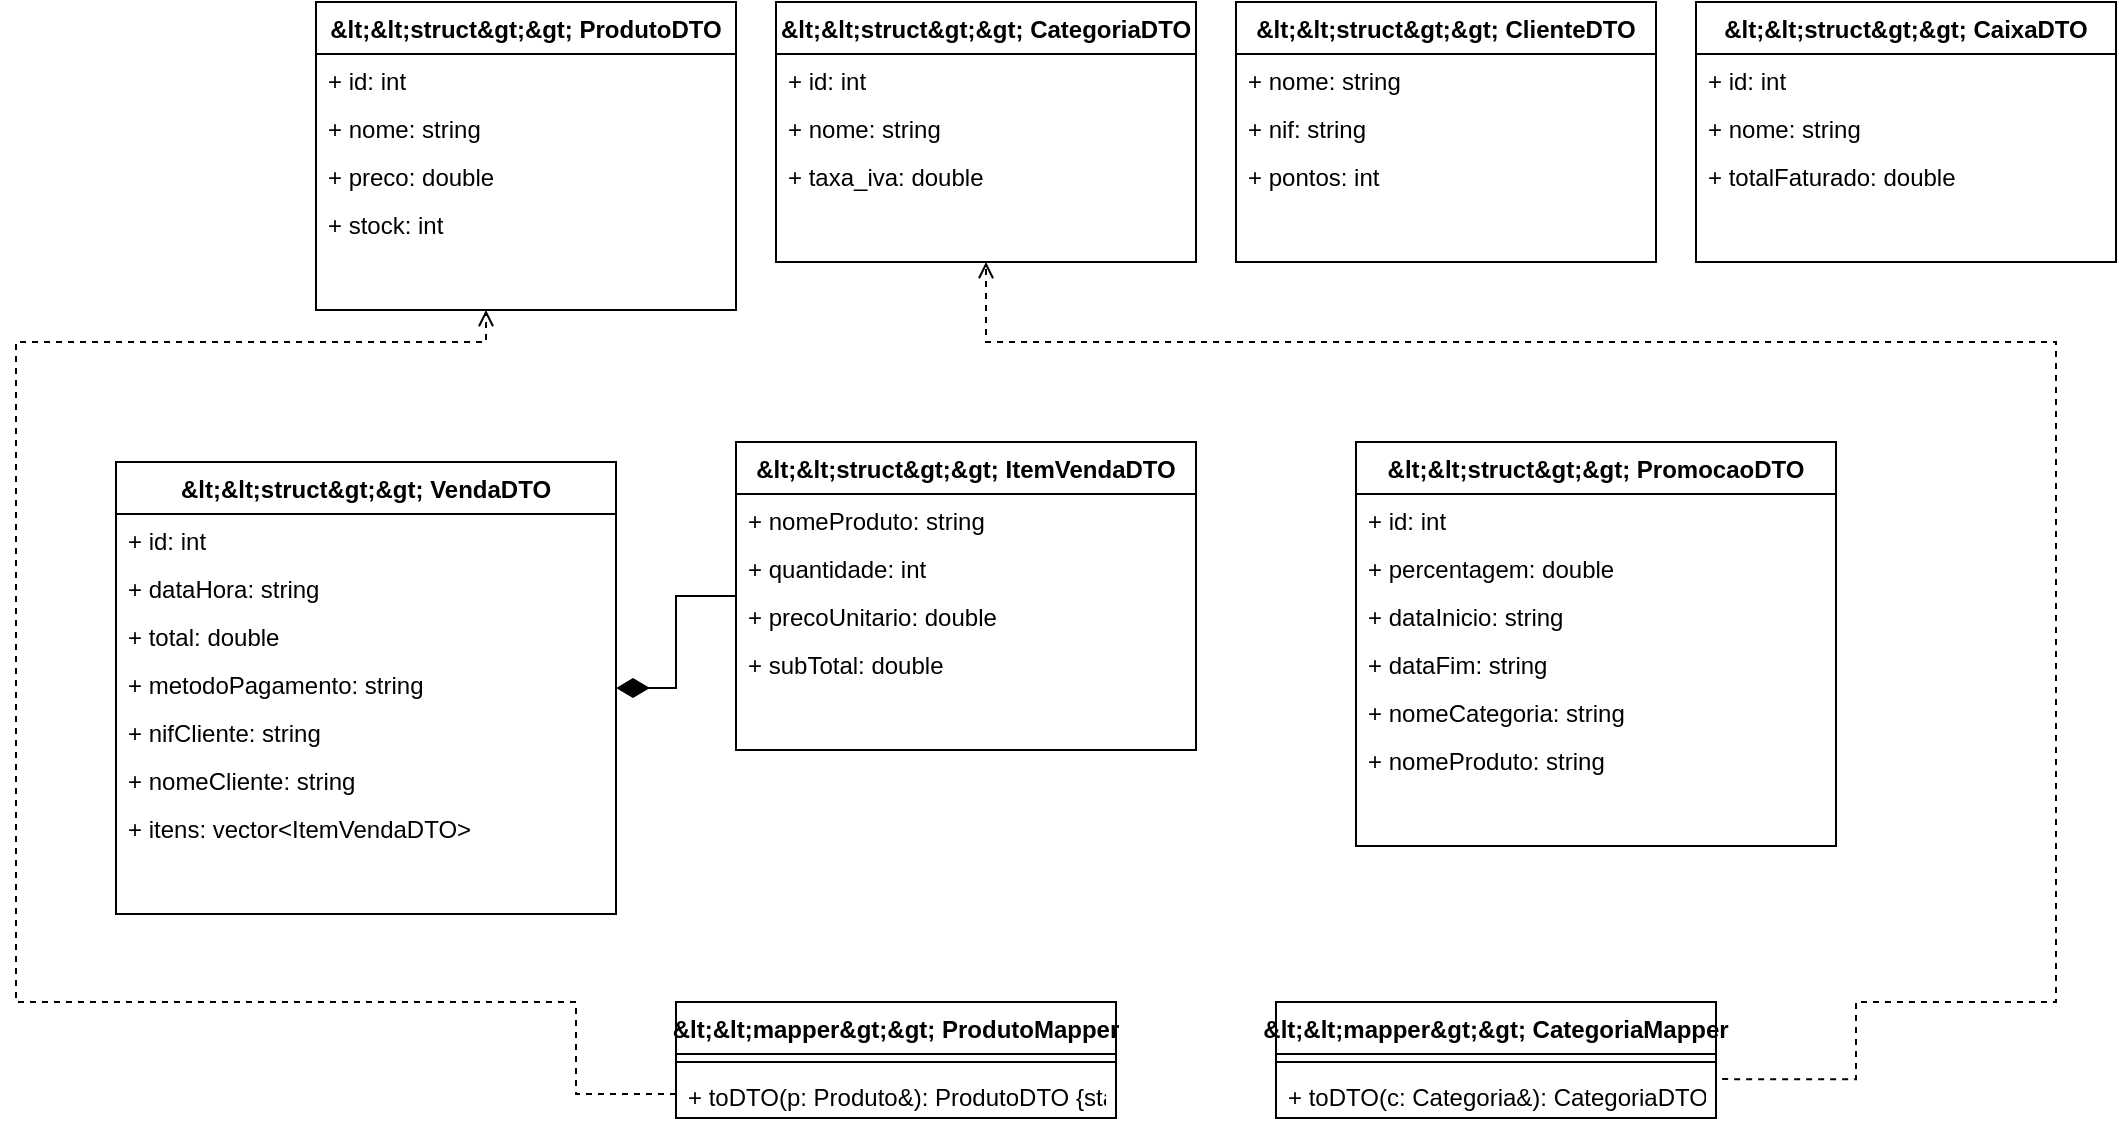
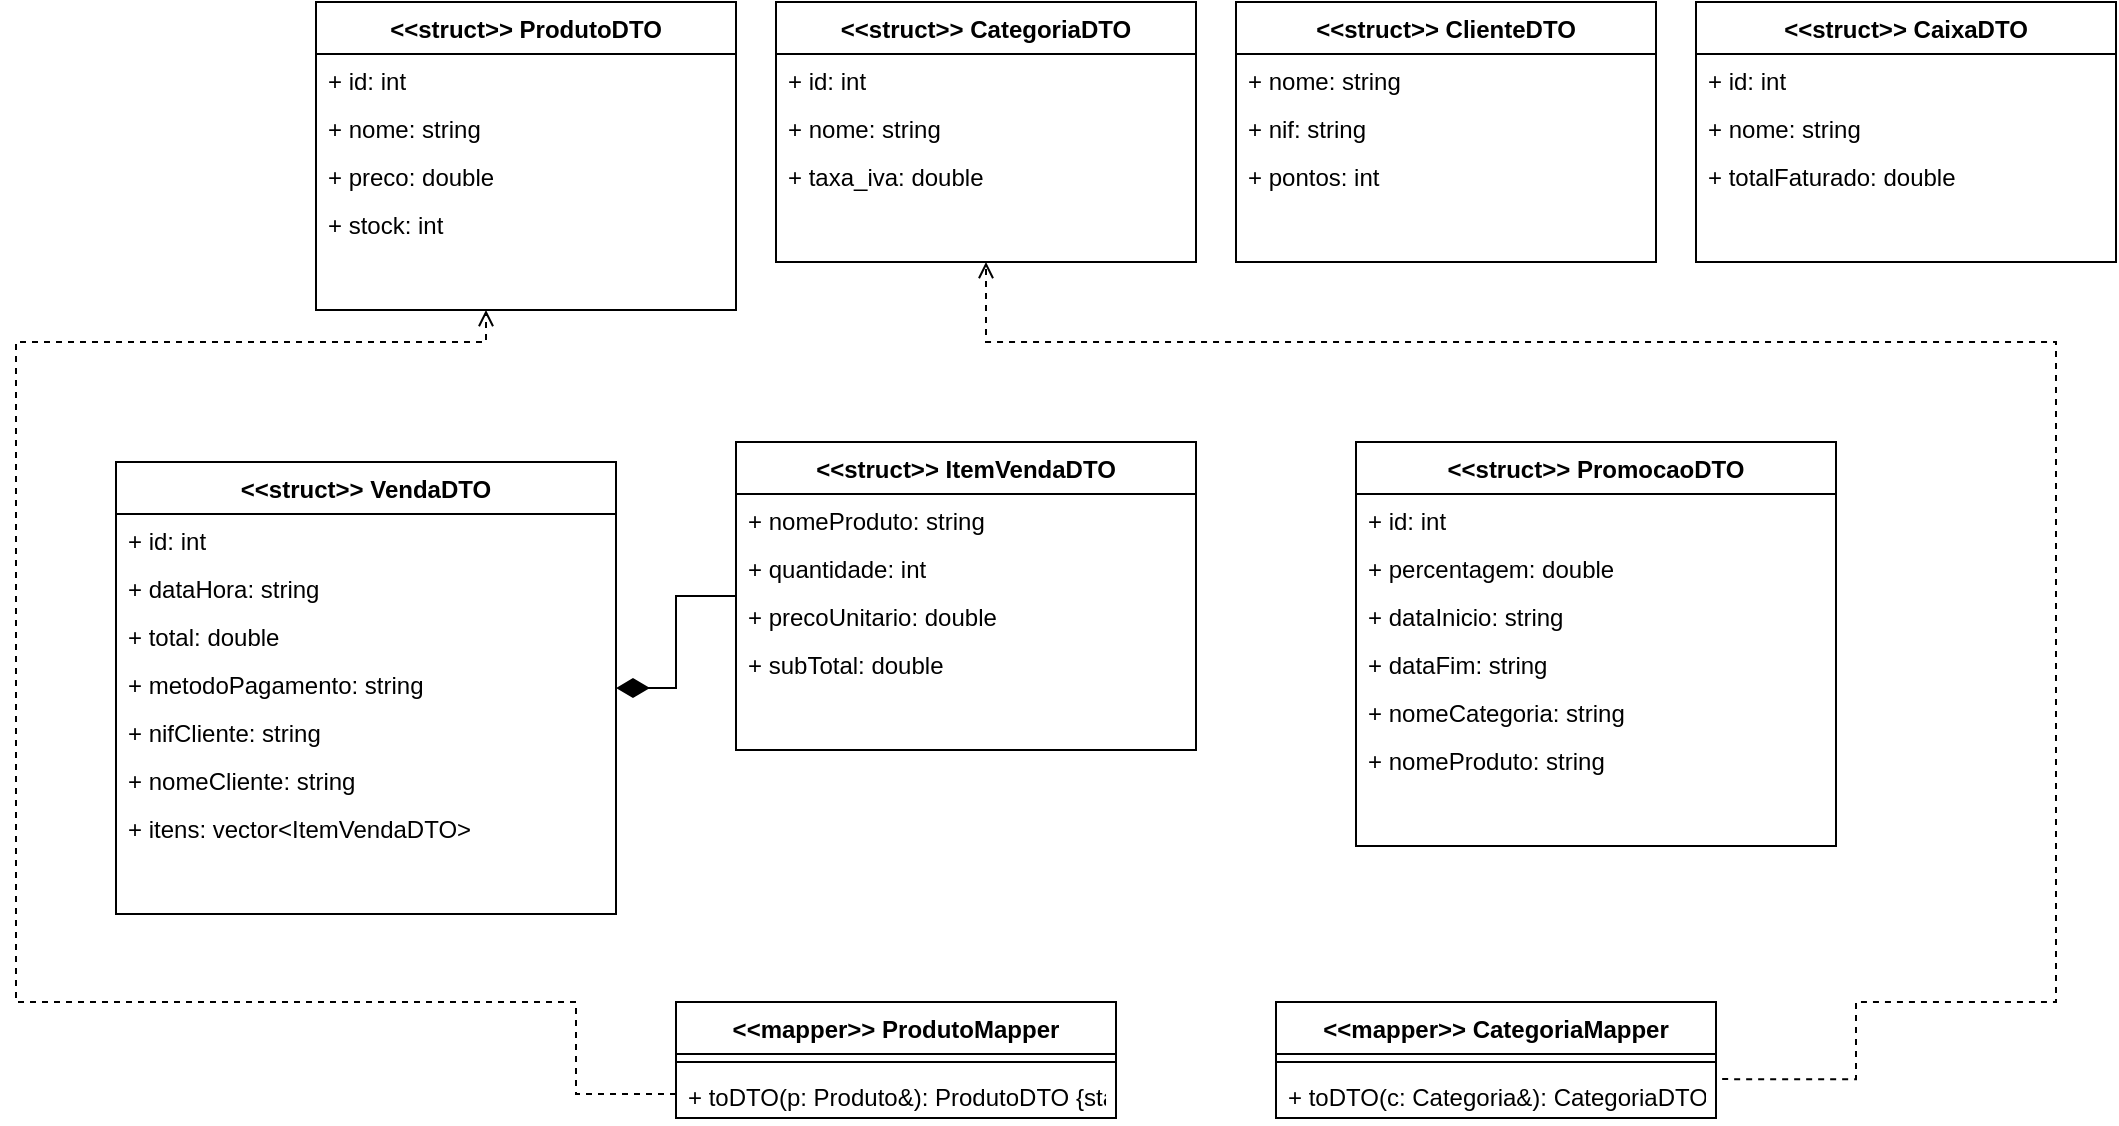
<?xml version='1.0' encoding='utf-8'?>
<mxfile host="app.diagrams.net">
  <diagram id="DTOsMappersDCD" name="DTOs and Mappers Class Diagram">
    <mxGraphModel dx="2364" dy="771" grid="1" gridSize="10" guides="1" tooltips="1" connect="1" arrows="1" fold="1" page="1" pageScale="1" pageWidth="950" pageHeight="620" math="0" shadow="0">
      <root>
        <mxCell id="0" />
        <mxCell id="1" parent="0" />
-         <mxCell id="cls_produto_dto" parent="1" style="swimlane;fontStyle=1;align=center;verticalAlign=top;childLayout=stackLayout;horizontal=1;startSize=26;horizontalStack=0;resizeParent=1;resizeLast=0;collapsible=1;marginBottom=0;rounded=0;shadow=0;strokeWidth=1;" value="&amp;lt;&amp;lt;struct&amp;gt;&amp;gt; ProdutoDTO" vertex="1">
+         <mxCell id="cls_produto_dto" parent="1" style="swimlane;fontStyle=1;align=center;verticalAlign=top;childLayout=stackLayout;horizontal=1;startSize=26;horizontalStack=0;resizeParent=1;resizeLast=0;collapsible=1;marginBottom=0;rounded=0;shadow=0;strokeWidth=1;" value="&lt;&lt;struct&gt;&gt; ProdutoDTO" vertex="1">
          <mxGeometry height="154" width="210" x="20" y="20" as="geometry" />
        </mxCell>
        <mxCell id="cls_produto_dto_a_0" parent="cls_produto_dto" style="text;align=left;verticalAlign=top;spacingLeft=4;spacingRight=4;overflow=hidden;rotatable=0;points=[[0,0.5],[1,0.5]];portConstraint=eastwest;rounded=0;shadow=0;html=0;" value="+ id: int" vertex="1">
          <mxGeometry height="24" width="210" y="26" as="geometry" />
        </mxCell>
        <mxCell id="cls_produto_dto_a_1" parent="cls_produto_dto" style="text;align=left;verticalAlign=top;spacingLeft=4;spacingRight=4;overflow=hidden;rotatable=0;points=[[0,0.5],[1,0.5]];portConstraint=eastwest;rounded=0;shadow=0;html=0;" value="+ nome: string" vertex="1">
          <mxGeometry height="24" width="210" y="50" as="geometry" />
        </mxCell>
        <mxCell id="cls_produto_dto_a_2" parent="cls_produto_dto" style="text;align=left;verticalAlign=top;spacingLeft=4;spacingRight=4;overflow=hidden;rotatable=0;points=[[0,0.5],[1,0.5]];portConstraint=eastwest;rounded=0;shadow=0;html=0;" value="+ preco: double" vertex="1">
          <mxGeometry height="24" width="210" y="74" as="geometry" />
        </mxCell>
        <mxCell id="cls_produto_dto_a_3" parent="cls_produto_dto" style="text;align=left;verticalAlign=top;spacingLeft=4;spacingRight=4;overflow=hidden;rotatable=0;points=[[0,0.5],[1,0.5]];portConstraint=eastwest;rounded=0;shadow=0;html=0;" value="+ stock: int" vertex="1">
          <mxGeometry height="24" width="210" y="98" as="geometry" />
        </mxCell>
-         <mxCell id="cls_categoria_dto" parent="1" style="swimlane;fontStyle=1;align=center;verticalAlign=top;childLayout=stackLayout;horizontal=1;startSize=26;horizontalStack=0;resizeParent=1;resizeLast=0;collapsible=1;marginBottom=0;rounded=0;shadow=0;strokeWidth=1;" value="&amp;lt;&amp;lt;struct&amp;gt;&amp;gt; CategoriaDTO" vertex="1">
+         <mxCell id="cls_categoria_dto" parent="1" style="swimlane;fontStyle=1;align=center;verticalAlign=top;childLayout=stackLayout;horizontal=1;startSize=26;horizontalStack=0;resizeParent=1;resizeLast=0;collapsible=1;marginBottom=0;rounded=0;shadow=0;strokeWidth=1;" value="&lt;&lt;struct&gt;&gt; CategoriaDTO" vertex="1">
          <mxGeometry height="130" width="210" x="250" y="20" as="geometry" />
        </mxCell>
        <mxCell id="cls_categoria_dto_a_0" parent="cls_categoria_dto" style="text;align=left;verticalAlign=top;spacingLeft=4;spacingRight=4;overflow=hidden;rotatable=0;points=[[0,0.5],[1,0.5]];portConstraint=eastwest;rounded=0;shadow=0;html=0;" value="+ id: int" vertex="1">
          <mxGeometry height="24" width="210" y="26" as="geometry" />
        </mxCell>
        <mxCell id="cls_categoria_dto_a_1" parent="cls_categoria_dto" style="text;align=left;verticalAlign=top;spacingLeft=4;spacingRight=4;overflow=hidden;rotatable=0;points=[[0,0.5],[1,0.5]];portConstraint=eastwest;rounded=0;shadow=0;html=0;" value="+ nome: string" vertex="1">
          <mxGeometry height="24" width="210" y="50" as="geometry" />
        </mxCell>
        <mxCell id="cls_categoria_dto_a_2" parent="cls_categoria_dto" style="text;align=left;verticalAlign=top;spacingLeft=4;spacingRight=4;overflow=hidden;rotatable=0;points=[[0,0.5],[1,0.5]];portConstraint=eastwest;rounded=0;shadow=0;html=0;" value="+ taxa_iva: double" vertex="1">
          <mxGeometry height="24" width="210" y="74" as="geometry" />
        </mxCell>
-         <mxCell id="cls_cliente_dto" parent="1" style="swimlane;fontStyle=1;align=center;verticalAlign=top;childLayout=stackLayout;horizontal=1;startSize=26;horizontalStack=0;resizeParent=1;resizeLast=0;collapsible=1;marginBottom=0;rounded=0;shadow=0;strokeWidth=1;" value="&amp;lt;&amp;lt;struct&amp;gt;&amp;gt; ClienteDTO" vertex="1">
+         <mxCell id="cls_cliente_dto" parent="1" style="swimlane;fontStyle=1;align=center;verticalAlign=top;childLayout=stackLayout;horizontal=1;startSize=26;horizontalStack=0;resizeParent=1;resizeLast=0;collapsible=1;marginBottom=0;rounded=0;shadow=0;strokeWidth=1;" value="&lt;&lt;struct&gt;&gt; ClienteDTO" vertex="1">
          <mxGeometry height="130" width="210" x="480" y="20" as="geometry" />
        </mxCell>
        <mxCell id="cls_cliente_dto_a_0" parent="cls_cliente_dto" style="text;align=left;verticalAlign=top;spacingLeft=4;spacingRight=4;overflow=hidden;rotatable=0;points=[[0,0.5],[1,0.5]];portConstraint=eastwest;rounded=0;shadow=0;html=0;" value="+ nome: string" vertex="1">
          <mxGeometry height="24" width="210" y="26" as="geometry" />
        </mxCell>
        <mxCell id="cls_cliente_dto_a_1" parent="cls_cliente_dto" style="text;align=left;verticalAlign=top;spacingLeft=4;spacingRight=4;overflow=hidden;rotatable=0;points=[[0,0.5],[1,0.5]];portConstraint=eastwest;rounded=0;shadow=0;html=0;" value="+ nif: string" vertex="1">
          <mxGeometry height="24" width="210" y="50" as="geometry" />
        </mxCell>
        <mxCell id="cls_cliente_dto_a_2" parent="cls_cliente_dto" style="text;align=left;verticalAlign=top;spacingLeft=4;spacingRight=4;overflow=hidden;rotatable=0;points=[[0,0.5],[1,0.5]];portConstraint=eastwest;rounded=0;shadow=0;html=0;" value="+ pontos: int" vertex="1">
          <mxGeometry height="24" width="210" y="74" as="geometry" />
        </mxCell>
-         <mxCell id="cls_caixa_dto" parent="1" style="swimlane;fontStyle=1;align=center;verticalAlign=top;childLayout=stackLayout;horizontal=1;startSize=26;horizontalStack=0;resizeParent=1;resizeLast=0;collapsible=1;marginBottom=0;rounded=0;shadow=0;strokeWidth=1;" value="&amp;lt;&amp;lt;struct&amp;gt;&amp;gt; CaixaDTO" vertex="1">
+         <mxCell id="cls_caixa_dto" parent="1" style="swimlane;fontStyle=1;align=center;verticalAlign=top;childLayout=stackLayout;horizontal=1;startSize=26;horizontalStack=0;resizeParent=1;resizeLast=0;collapsible=1;marginBottom=0;rounded=0;shadow=0;strokeWidth=1;" value="&lt;&lt;struct&gt;&gt; CaixaDTO" vertex="1">
          <mxGeometry height="130" width="210" x="710" y="20" as="geometry" />
        </mxCell>
        <mxCell id="cls_caixa_dto_a_0" parent="cls_caixa_dto" style="text;align=left;verticalAlign=top;spacingLeft=4;spacingRight=4;overflow=hidden;rotatable=0;points=[[0,0.5],[1,0.5]];portConstraint=eastwest;rounded=0;shadow=0;html=0;" value="+ id: int" vertex="1">
          <mxGeometry height="24" width="210" y="26" as="geometry" />
        </mxCell>
        <mxCell id="cls_caixa_dto_a_1" parent="cls_caixa_dto" style="text;align=left;verticalAlign=top;spacingLeft=4;spacingRight=4;overflow=hidden;rotatable=0;points=[[0,0.5],[1,0.5]];portConstraint=eastwest;rounded=0;shadow=0;html=0;" value="+ nome: string" vertex="1">
          <mxGeometry height="24" width="210" y="50" as="geometry" />
        </mxCell>
        <mxCell id="cls_caixa_dto_a_2" parent="cls_caixa_dto" style="text;align=left;verticalAlign=top;spacingLeft=4;spacingRight=4;overflow=hidden;rotatable=0;points=[[0,0.5],[1,0.5]];portConstraint=eastwest;rounded=0;shadow=0;html=0;" value="+ totalFaturado: double" vertex="1">
          <mxGeometry height="24" width="210" y="74" as="geometry" />
        </mxCell>
-         <mxCell id="cls_venda_dto" parent="1" style="swimlane;fontStyle=1;align=center;verticalAlign=top;childLayout=stackLayout;horizontal=1;startSize=26;horizontalStack=0;resizeParent=1;resizeLast=0;collapsible=1;marginBottom=0;rounded=0;shadow=0;strokeWidth=1;" value="&amp;lt;&amp;lt;struct&amp;gt;&amp;gt; VendaDTO" vertex="1">
+         <mxCell id="cls_venda_dto" parent="1" style="swimlane;fontStyle=1;align=center;verticalAlign=top;childLayout=stackLayout;horizontal=1;startSize=26;horizontalStack=0;resizeParent=1;resizeLast=0;collapsible=1;marginBottom=0;rounded=0;shadow=0;strokeWidth=1;" value="&lt;&lt;struct&gt;&gt; VendaDTO" vertex="1">
          <mxGeometry height="226" width="250" x="-80" y="250" as="geometry" />
        </mxCell>
        <mxCell id="cls_venda_dto_a_0" parent="cls_venda_dto" style="text;align=left;verticalAlign=top;spacingLeft=4;spacingRight=4;overflow=hidden;rotatable=0;points=[[0,0.5],[1,0.5]];portConstraint=eastwest;rounded=0;shadow=0;html=0;" value="+ id: int" vertex="1">
          <mxGeometry height="24" width="250" y="26" as="geometry" />
        </mxCell>
        <mxCell id="cls_venda_dto_a_1" parent="cls_venda_dto" style="text;align=left;verticalAlign=top;spacingLeft=4;spacingRight=4;overflow=hidden;rotatable=0;points=[[0,0.5],[1,0.5]];portConstraint=eastwest;rounded=0;shadow=0;html=0;" value="+ dataHora: string" vertex="1">
          <mxGeometry height="24" width="250" y="50" as="geometry" />
        </mxCell>
        <mxCell id="cls_venda_dto_a_2" parent="cls_venda_dto" style="text;align=left;verticalAlign=top;spacingLeft=4;spacingRight=4;overflow=hidden;rotatable=0;points=[[0,0.5],[1,0.5]];portConstraint=eastwest;rounded=0;shadow=0;html=0;" value="+ total: double" vertex="1">
          <mxGeometry height="24" width="250" y="74" as="geometry" />
        </mxCell>
        <mxCell id="cls_venda_dto_a_3" parent="cls_venda_dto" style="text;align=left;verticalAlign=top;spacingLeft=4;spacingRight=4;overflow=hidden;rotatable=0;points=[[0,0.5],[1,0.5]];portConstraint=eastwest;rounded=0;shadow=0;html=0;" value="+ metodoPagamento: string" vertex="1">
          <mxGeometry height="24" width="250" y="98" as="geometry" />
        </mxCell>
        <mxCell id="cls_venda_dto_a_4" parent="cls_venda_dto" style="text;align=left;verticalAlign=top;spacingLeft=4;spacingRight=4;overflow=hidden;rotatable=0;points=[[0,0.5],[1,0.5]];portConstraint=eastwest;rounded=0;shadow=0;html=0;" value="+ nifCliente: string" vertex="1">
          <mxGeometry height="24" width="250" y="122" as="geometry" />
        </mxCell>
        <mxCell id="cls_venda_dto_a_5" parent="cls_venda_dto" style="text;align=left;verticalAlign=top;spacingLeft=4;spacingRight=4;overflow=hidden;rotatable=0;points=[[0,0.5],[1,0.5]];portConstraint=eastwest;rounded=0;shadow=0;html=0;" value="+ nomeCliente: string" vertex="1">
          <mxGeometry height="24" width="250" y="146" as="geometry" />
        </mxCell>
        <mxCell id="cls_venda_dto_a_6" parent="cls_venda_dto" style="text;align=left;verticalAlign=top;spacingLeft=4;spacingRight=4;overflow=hidden;rotatable=0;points=[[0,0.5],[1,0.5]];portConstraint=eastwest;rounded=0;shadow=0;html=0;" value="+ itens: vector&lt;ItemVendaDTO&gt;" vertex="1">
          <mxGeometry height="24" width="250" y="170" as="geometry" />
        </mxCell>
-         <mxCell id="cls_itemvenda_dto" parent="1" style="swimlane;fontStyle=1;align=center;verticalAlign=top;childLayout=stackLayout;horizontal=1;startSize=26;horizontalStack=0;resizeParent=1;resizeLast=0;collapsible=1;marginBottom=0;rounded=0;shadow=0;strokeWidth=1;" value="&amp;lt;&amp;lt;struct&amp;gt;&amp;gt; ItemVendaDTO" vertex="1">
+         <mxCell id="cls_itemvenda_dto" parent="1" style="swimlane;fontStyle=1;align=center;verticalAlign=top;childLayout=stackLayout;horizontal=1;startSize=26;horizontalStack=0;resizeParent=1;resizeLast=0;collapsible=1;marginBottom=0;rounded=0;shadow=0;strokeWidth=1;" value="&lt;&lt;struct&gt;&gt; ItemVendaDTO" vertex="1">
          <mxGeometry height="154" width="230" x="230" y="240" as="geometry" />
        </mxCell>
        <mxCell id="cls_itemvenda_dto_a_0" parent="cls_itemvenda_dto" style="text;align=left;verticalAlign=top;spacingLeft=4;spacingRight=4;overflow=hidden;rotatable=0;points=[[0,0.5],[1,0.5]];portConstraint=eastwest;rounded=0;shadow=0;html=0;" value="+ nomeProduto: string" vertex="1">
          <mxGeometry height="24" width="230" y="26" as="geometry" />
        </mxCell>
        <mxCell id="cls_itemvenda_dto_a_1" parent="cls_itemvenda_dto" style="text;align=left;verticalAlign=top;spacingLeft=4;spacingRight=4;overflow=hidden;rotatable=0;points=[[0,0.5],[1,0.5]];portConstraint=eastwest;rounded=0;shadow=0;html=0;" value="+ quantidade: int" vertex="1">
          <mxGeometry height="24" width="230" y="50" as="geometry" />
        </mxCell>
        <mxCell id="cls_itemvenda_dto_a_2" parent="cls_itemvenda_dto" style="text;align=left;verticalAlign=top;spacingLeft=4;spacingRight=4;overflow=hidden;rotatable=0;points=[[0,0.5],[1,0.5]];portConstraint=eastwest;rounded=0;shadow=0;html=0;" value="+ precoUnitario: double" vertex="1">
          <mxGeometry height="24" width="230" y="74" as="geometry" />
        </mxCell>
        <mxCell id="cls_itemvenda_dto_a_3" parent="cls_itemvenda_dto" style="text;align=left;verticalAlign=top;spacingLeft=4;spacingRight=4;overflow=hidden;rotatable=0;points=[[0,0.5],[1,0.5]];portConstraint=eastwest;rounded=0;shadow=0;html=0;" value="+ subTotal: double" vertex="1">
          <mxGeometry height="24" width="230" y="98" as="geometry" />
        </mxCell>
-         <mxCell id="cls_promocao_dto" parent="1" style="swimlane;fontStyle=1;align=center;verticalAlign=top;childLayout=stackLayout;horizontal=1;startSize=26;horizontalStack=0;resizeParent=1;resizeLast=0;collapsible=1;marginBottom=0;rounded=0;shadow=0;strokeWidth=1;" value="&amp;lt;&amp;lt;struct&amp;gt;&amp;gt; PromocaoDTO" vertex="1">
+         <mxCell id="cls_promocao_dto" parent="1" style="swimlane;fontStyle=1;align=center;verticalAlign=top;childLayout=stackLayout;horizontal=1;startSize=26;horizontalStack=0;resizeParent=1;resizeLast=0;collapsible=1;marginBottom=0;rounded=0;shadow=0;strokeWidth=1;" value="&lt;&lt;struct&gt;&gt; PromocaoDTO" vertex="1">
          <mxGeometry height="202" width="240" x="540" y="240" as="geometry" />
        </mxCell>
        <mxCell id="cls_promocao_dto_a_0" parent="cls_promocao_dto" style="text;align=left;verticalAlign=top;spacingLeft=4;spacingRight=4;overflow=hidden;rotatable=0;points=[[0,0.5],[1,0.5]];portConstraint=eastwest;rounded=0;shadow=0;html=0;" value="+ id: int" vertex="1">
          <mxGeometry height="24" width="240" y="26" as="geometry" />
        </mxCell>
        <mxCell id="cls_promocao_dto_a_1" parent="cls_promocao_dto" style="text;align=left;verticalAlign=top;spacingLeft=4;spacingRight=4;overflow=hidden;rotatable=0;points=[[0,0.5],[1,0.5]];portConstraint=eastwest;rounded=0;shadow=0;html=0;" value="+ percentagem: double" vertex="1">
          <mxGeometry height="24" width="240" y="50" as="geometry" />
        </mxCell>
        <mxCell id="cls_promocao_dto_a_2" parent="cls_promocao_dto" style="text;align=left;verticalAlign=top;spacingLeft=4;spacingRight=4;overflow=hidden;rotatable=0;points=[[0,0.5],[1,0.5]];portConstraint=eastwest;rounded=0;shadow=0;html=0;" value="+ dataInicio: string" vertex="1">
          <mxGeometry height="24" width="240" y="74" as="geometry" />
        </mxCell>
        <mxCell id="cls_promocao_dto_a_3" parent="cls_promocao_dto" style="text;align=left;verticalAlign=top;spacingLeft=4;spacingRight=4;overflow=hidden;rotatable=0;points=[[0,0.5],[1,0.5]];portConstraint=eastwest;rounded=0;shadow=0;html=0;" value="+ dataFim: string" vertex="1">
          <mxGeometry height="24" width="240" y="98" as="geometry" />
        </mxCell>
        <mxCell id="cls_promocao_dto_a_4" parent="cls_promocao_dto" style="text;align=left;verticalAlign=top;spacingLeft=4;spacingRight=4;overflow=hidden;rotatable=0;points=[[0,0.5],[1,0.5]];portConstraint=eastwest;rounded=0;shadow=0;html=0;" value="+ nomeCategoria: string" vertex="1">
          <mxGeometry height="24" width="240" y="122" as="geometry" />
        </mxCell>
        <mxCell id="cls_promocao_dto_a_5" parent="cls_promocao_dto" style="text;align=left;verticalAlign=top;spacingLeft=4;spacingRight=4;overflow=hidden;rotatable=0;points=[[0,0.5],[1,0.5]];portConstraint=eastwest;rounded=0;shadow=0;html=0;" value="+ nomeProduto: string" vertex="1">
          <mxGeometry height="24" width="240" y="146" as="geometry" />
        </mxCell>
-         <mxCell id="cls_produto_mapper" parent="1" style="swimlane;fontStyle=1;align=center;verticalAlign=top;childLayout=stackLayout;horizontal=1;startSize=26;horizontalStack=0;resizeParent=1;resizeLast=0;collapsible=1;marginBottom=0;rounded=0;shadow=0;strokeWidth=1;" value="&amp;lt;&amp;lt;mapper&amp;gt;&amp;gt; ProdutoMapper" vertex="1">
+         <mxCell id="cls_produto_mapper" parent="1" style="swimlane;fontStyle=1;align=center;verticalAlign=top;childLayout=stackLayout;horizontal=1;startSize=26;horizontalStack=0;resizeParent=1;resizeLast=0;collapsible=1;marginBottom=0;rounded=0;shadow=0;strokeWidth=1;" value="&lt;&lt;mapper&gt;&gt; ProdutoMapper" vertex="1">
          <mxGeometry height="58" width="220" x="200" y="520" as="geometry" />
        </mxCell>
        <mxCell id="cls_produto_mapper_sep" parent="cls_produto_mapper" style="line;html=1;strokeWidth=1;align=left;verticalAlign=middle;spacingTop=-1;spacingLeft=3;spacingRight=3;rotatable=0;labelPosition=right;points=[];portConstraint=eastwest;" value="" vertex="1">
          <mxGeometry height="8" width="220" y="26" as="geometry" />
        </mxCell>
        <mxCell id="cls_produto_mapper_m_0" parent="cls_produto_mapper" style="text;align=left;verticalAlign=top;spacingLeft=4;spacingRight=4;overflow=hidden;rotatable=0;points=[[0,0.5],[1,0.5]];portConstraint=eastwest;rounded=0;shadow=0;html=0;" value="+ toDTO(p: Produto&amp;): ProdutoDTO {static}" vertex="1">
          <mxGeometry height="24" width="220" y="34" as="geometry" />
        </mxCell>
-         <mxCell id="cls_categoria_mapper" parent="1" style="swimlane;fontStyle=1;align=center;verticalAlign=top;childLayout=stackLayout;horizontal=1;startSize=26;horizontalStack=0;resizeParent=1;resizeLast=0;collapsible=1;marginBottom=0;rounded=0;shadow=0;strokeWidth=1;" value="&amp;lt;&amp;lt;mapper&amp;gt;&amp;gt; CategoriaMapper" vertex="1">
+         <mxCell id="cls_categoria_mapper" parent="1" style="swimlane;fontStyle=1;align=center;verticalAlign=top;childLayout=stackLayout;horizontal=1;startSize=26;horizontalStack=0;resizeParent=1;resizeLast=0;collapsible=1;marginBottom=0;rounded=0;shadow=0;strokeWidth=1;" value="&lt;&lt;mapper&gt;&gt; CategoriaMapper" vertex="1">
          <mxGeometry height="58" width="220" x="500" y="520" as="geometry" />
        </mxCell>
        <mxCell id="cls_categoria_mapper_sep" parent="cls_categoria_mapper" style="line;html=1;strokeWidth=1;align=left;verticalAlign=middle;spacingTop=-1;spacingLeft=3;spacingRight=3;rotatable=0;labelPosition=right;points=[];portConstraint=eastwest;" value="" vertex="1">
          <mxGeometry height="8" width="220" y="26" as="geometry" />
        </mxCell>
        <mxCell id="cls_categoria_mapper_m_0" parent="cls_categoria_mapper" style="text;align=left;verticalAlign=top;spacingLeft=4;spacingRight=4;overflow=hidden;rotatable=0;points=[[0,0.5],[1,0.5]];portConstraint=eastwest;rounded=0;shadow=0;html=0;" value="+ toDTO(c: Categoria&amp;): CategoriaDTO {static}" vertex="1">
          <mxGeometry height="24" width="220" y="34" as="geometry" />
        </mxCell>
        <mxCell id="rel_pmapper_pdto" edge="1" parent="1" source="cls_produto_mapper_m_0" style="endArrow=open;html=1;dashed=1;edgeStyle=orthogonalEdgeStyle;rounded=0;entryX=0.5;entryY=1;exitX=0;exitY=0.5;exitDx=0;exitDy=0;" value="">
          <mxGeometry relative="1" as="geometry">
            <Array as="points">
              <mxPoint x="150" y="566" />
              <mxPoint x="150" y="520" />
              <mxPoint x="-130" y="520" />
              <mxPoint x="-130" y="190" />
              <mxPoint x="105" y="190" />
            </Array>
            <mxPoint x="150" y="560" as="sourcePoint" />
            <mxPoint x="105" y="174" as="targetPoint" />
          </mxGeometry>
        </mxCell>
        <mxCell id="rel_cmapper_cdto" edge="1" parent="1" source="cls_categoria_mapper_m_0" style="endArrow=open;html=1;dashed=1;edgeStyle=orthogonalEdgeStyle;rounded=0;entryX=0.5;entryY=1;exitX=1.014;exitY=0.19;exitDx=0;exitDy=0;exitPerimeter=0;" target="cls_categoria_dto" value="">
          <mxGeometry relative="1" as="geometry">
            <Array as="points">
              <mxPoint x="790" y="559" />
              <mxPoint x="790" y="520" />
              <mxPoint x="890" y="520" />
              <mxPoint x="890" y="190" />
              <mxPoint x="355" y="190" />
            </Array>
            <mxPoint x="790" y="560" as="sourcePoint" />
          </mxGeometry>
        </mxCell>
        <mxCell id="rel_venda_item" edge="1" parent="1" source="cls_venda_dto" style="endArrow=none;endSize=12;startArrow=diamondThin;startSize=14;startFill=1;edgeStyle=orthogonalEdgeStyle;rounded=0;shadow=0;html=1;endFill=0;exitX=1;exitY=0.5;entryX=0;entryY=0.5;" target="cls_itemvenda_dto" value="">
          <mxGeometry relative="1" as="geometry" />
        </mxCell>
      </root>
    </mxGraphModel>
  </diagram>
</mxfile>